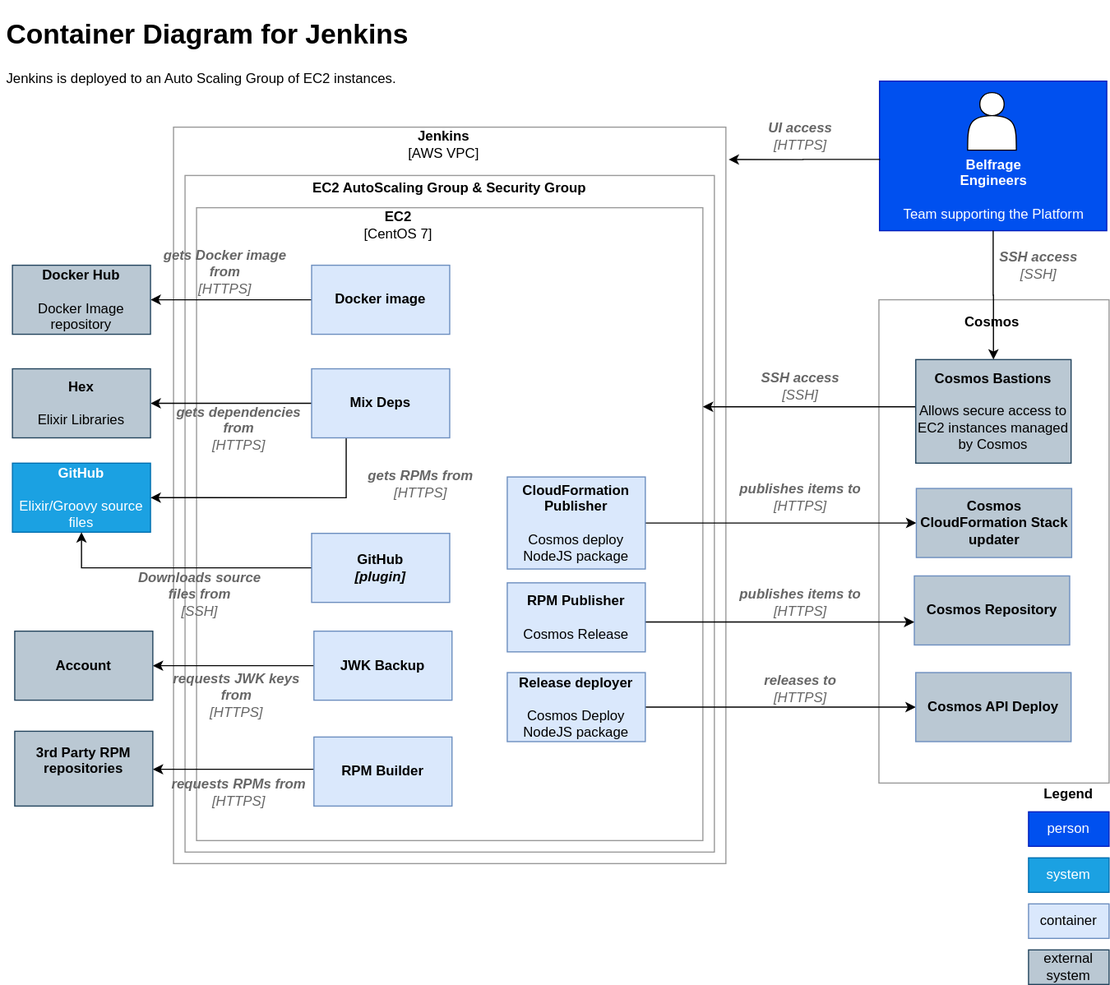
Earlier version of the draw.io export docs/img/architecture/c4-cicd-level-2-jenkins.svg (tracy-o/learning-day). Source tidied: cells renumbered, new cells last; positions are measured from the earlier drawing's top-left corner, leaving out a move shared by most shapes.
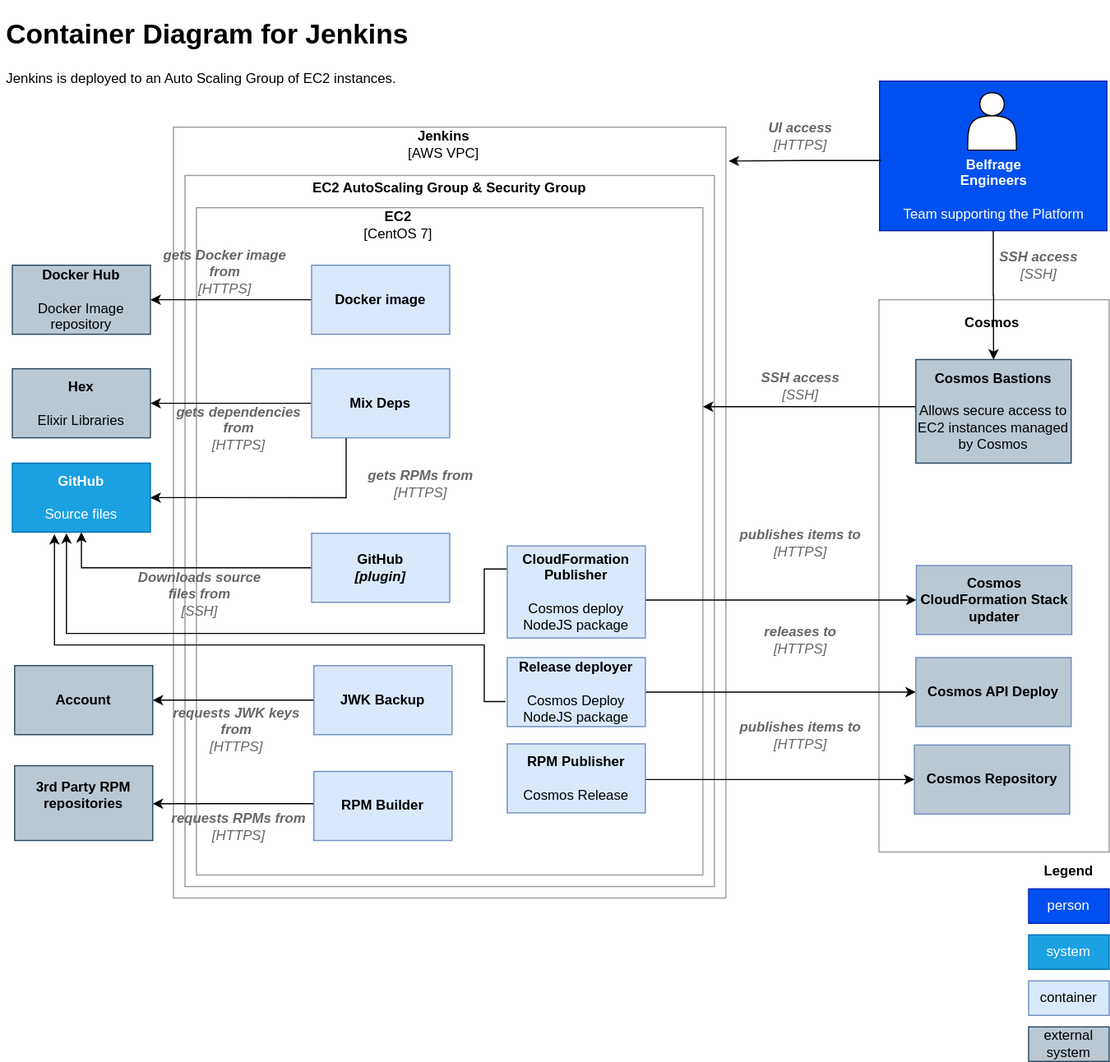
After the change.

Commit message:
Tweaks to ci/cd architecture

The edit, as a diff of the source:
```diff
@@ -3,19 +3,19 @@
     <mxCell id="0" />
     <mxCell id="1" parent="0" />
     <mxCell id="2" style="rounded=0;whiteSpace=wrap;html=1;fillColor=none;strokeColor=#999999;" parent="1" vertex="1">
-      <mxGeometry x="150" y="100" width="480" height="640" as="geometry" />
+      <mxGeometry x="150" y="100" width="480" height="670" as="geometry" />
     </mxCell>
     <mxCell id="3" style="rounded=0;whiteSpace=wrap;html=1;fillColor=none;strokeColor=#999999;" parent="1" vertex="1">
-      <mxGeometry x="160" y="142" width="460" height="588" as="geometry" />
+      <mxGeometry x="160" y="142" width="460" height="618" as="geometry" />
     </mxCell>
     <mxCell id="4" style="rounded=0;whiteSpace=wrap;html=1;fillColor=none;strokeColor=#999999;" parent="1" vertex="1">
-      <mxGeometry x="170" y="170" width="440" height="550" as="geometry" />
+      <mxGeometry x="170" y="170" width="440" height="580" as="geometry" />
     </mxCell>
     <mxCell id="5" value="&lt;h1&gt;Container Diagram for Jenkins&lt;/h1&gt;&lt;p&gt;Jenkins is deployed to an Auto Scaling Group of EC2 instances.&lt;br&gt;&lt;/p&gt;" style="text;html=1;strokeColor=none;fillColor=none;spacing=5;spacingTop=-20;whiteSpace=wrap;overflow=hidden;rounded=0;" parent="1" vertex="1">
       <mxGeometry width="560" height="90" as="geometry" />
     </mxCell>
     <mxCell id="6" style="rounded=0;whiteSpace=wrap;html=1;fillColor=none;strokeColor=#999999;" parent="1" vertex="1">
-      <mxGeometry x="763" y="250" width="200" height="420" as="geometry" />
+      <mxGeometry x="763" y="250" width="200" height="480" as="geometry" />
     </mxCell>
     <mxCell id="7" value="&lt;b&gt;EC2 AutoScaling Group &amp;amp; Security Group&lt;/b&gt;" style="text;html=1;strokeColor=none;fillColor=none;align=center;verticalAlign=middle;whiteSpace=wrap;rounded=0;" parent="1" vertex="1">
       <mxGeometry x="180" y="143" width="420" height="20" as="geometry" />
@@ -27,16 +27,16 @@
       <mxGeometry x="190" y="105" width="390" height="20" as="geometry" />
     </mxCell>
     <mxCell id="10" value="container" style="rounded=0;whiteSpace=wrap;html=1;fillColor=#dae8fc;strokeColor=#6c8ebf;" parent="1" vertex="1">
-      <mxGeometry x="893" y="775" width="70" height="30" as="geometry" />
+      <mxGeometry x="893" y="842" width="70" height="30" as="geometry" />
     </mxCell>
     <mxCell id="11" value="system" style="rounded=0;whiteSpace=wrap;html=1;fillColor=#1ba1e2;strokeColor=#006EAF;fontColor=#ffffff;" parent="1" vertex="1">
-      <mxGeometry x="893" y="735" width="70" height="30" as="geometry" />
+      <mxGeometry x="893" y="802" width="70" height="30" as="geometry" />
     </mxCell>
     <mxCell id="12" value="person" style="rounded=0;whiteSpace=wrap;html=1;fillColor=#0050ef;strokeColor=#001DBC;fontColor=#ffffff;" parent="1" vertex="1">
-      <mxGeometry x="893" y="695" width="70" height="30" as="geometry" />
+      <mxGeometry x="893" y="762" width="70" height="30" as="geometry" />
     </mxCell>
     <mxCell id="13" value="external system" style="rounded=0;whiteSpace=wrap;html=1;fillColor=#bac8d3;strokeColor=#23445d;" parent="1" vertex="1">
-      <mxGeometry x="893" y="815" width="70" height="30" as="geometry" />
+      <mxGeometry x="893" y="882" width="70" height="30" as="geometry" />
     </mxCell>
     <mxCell id="14" style="group;" parent="1" vertex="1">
       <mxGeometry x="762.5" y="60" width="197.5" height="130" as="geometry" />
@@ -64,7 +64,7 @@
     <mxCell id="20" value="&lt;i&gt;&lt;font color=&quot;#666666&quot;&gt;&lt;b&gt;SSH access&lt;/b&gt;&lt;br&gt;[SSH]&lt;br&gt;&lt;/font&gt;&lt;/i&gt;" style="text;html=1;strokeColor=none;fillColor=none;align=center;verticalAlign=middle;whiteSpace=wrap;rounded=0;" parent="1" vertex="1">
       <mxGeometry x="650" y="315" width="90" height="20" as="geometry" />
     </mxCell>
-    <mxCell id="21" value="&lt;b&gt;GitHub&lt;/b&gt;&lt;br&gt;&lt;br&gt;Elixir/Groovy source files" style="rounded=0;whiteSpace=wrap;html=1;fillColor=#1ba1e2;strokeColor=#006EAF;fontColor=#ffffff;" parent="1" vertex="1">
+    <mxCell id="21" value="&lt;b&gt;GitHub&lt;/b&gt;&lt;br&gt;&lt;br&gt;Source files" style="rounded=0;whiteSpace=wrap;html=1;fillColor=#1ba1e2;strokeColor=#006EAF;fontColor=#ffffff;" parent="1" vertex="1">
       <mxGeometry x="10" y="392" width="120" height="60" as="geometry" />
     </mxCell>
     <mxCell id="22" style="edgeStyle=orthogonalEdgeStyle;rounded=0;jettySize=auto;html=1;entryX=0.5;entryY=1;entryDx=0;entryDy=0;" parent="1" edge="1" source="23" target="21">
@@ -74,38 +74,41 @@
       <mxGeometry x="270" y="453" width="120" height="60" as="geometry" />
     </mxCell>
     <mxCell id="24" value="&lt;i&gt;&lt;font color=&quot;#666666&quot;&gt;&lt;b&gt;publishes items to&lt;/b&gt;&lt;br&gt;[HTTPS]&lt;br&gt;&lt;/font&gt;&lt;/i&gt;" style="text;html=1;strokeColor=none;fillColor=none;align=center;verticalAlign=middle;whiteSpace=wrap;rounded=0;" parent="1" vertex="1">
-      <mxGeometry x="640" y="503" width="110" height="20" as="geometry" />
+      <mxGeometry x="640" y="619" width="110" height="20" as="geometry" />
     </mxCell>
     <mxCell id="25" value="&lt;b&gt;Legend&lt;/b&gt;" style="text;html=1;strokeColor=none;fillColor=none;align=center;verticalAlign=middle;whiteSpace=wrap;rounded=0;" parent="1" vertex="1">
-      <mxGeometry x="893" y="670" width="70" height="20" as="geometry" />
+      <mxGeometry x="893" y="737" width="70" height="20" as="geometry" />
     </mxCell>
     <mxCell id="26" value="&lt;font color=&quot;#666666&quot;&gt;&lt;i&gt;&lt;b&gt;Downloads source files from&lt;/b&gt;&lt;br&gt;[SSH]&lt;br&gt;&lt;/i&gt;&lt;/font&gt;" style="text;html=1;strokeColor=none;fillColor=none;align=center;verticalAlign=middle;whiteSpace=wrap;rounded=0;" parent="1" vertex="1">
       <mxGeometry x="108" y="496" width="130" height="20" as="geometry" />
     </mxCell>
     <mxCell id="27" value="&lt;b&gt;Cosmos Repository&lt;/b&gt;" style="rounded=0;whiteSpace=wrap;html=1;strokeColor=#6c8ebf;fillColor=#BAC8D3;" parent="1" vertex="1">
-      <mxGeometry x="793.8" y="490" width="135" height="60" as="geometry" />
+      <mxGeometry x="793.8" y="637" width="135" height="60" as="geometry" />
     </mxCell>
-    <mxCell id="28" style="edgeStyle=orthogonalEdgeStyle;rounded=0;jettySize=auto;html=1;" parent="1" edge="1" source="29" target="30">
-      <mxGeometry relative="1" as="geometry" />
+    <mxCell id="28" style="edgeStyle=orthogonalEdgeStyle;rounded=0;jettySize=auto;html=1;" parent="1" edge="1" source="29">
+      <mxGeometry relative="1" as="geometry">
+        <mxPoint x="132" y="598" as="targetPoint" />
+      </mxGeometry>
     </mxCell>
     <mxCell id="29" value="&lt;b&gt;JWK Backup&lt;/b&gt;" style="rounded=0;whiteSpace=wrap;html=1;fillColor=#dae8fc;strokeColor=#6c8ebf;" parent="1" vertex="1">
-      <mxGeometry x="272" y="538" width="120" height="60" as="geometry" />
+      <mxGeometry x="272" y="568" width="120" height="60" as="geometry" />
     </mxCell>
     <mxCell id="30" value="&lt;b&gt;Account&lt;/b&gt;" style="rounded=0;whiteSpace=wrap;html=1;fillColor=#bac8d3;strokeColor=#23445d;" parent="1" vertex="1">
-      <mxGeometry x="12" y="538" width="120" height="60" as="geometry" />
+      <mxGeometry x="12" y="568" width="120" height="60" as="geometry" />
     </mxCell>
     <mxCell id="31" value="&lt;font color=&quot;#666666&quot;&gt;&lt;i&gt;&lt;b&gt;requests JWK keys from&lt;br&gt;&lt;/b&gt;[HTTPS]&lt;/i&gt;&lt;/font&gt;" style="text;html=1;strokeColor=none;fillColor=none;align=center;verticalAlign=middle;whiteSpace=wrap;rounded=0;" parent="1" vertex="1">
-      <mxGeometry x="140" y="584" width="130" height="20" as="geometry" />
+      <mxGeometry x="140" y="614" width="130" height="20" as="geometry" />
     </mxCell>
     <mxCell id="32" style="edgeStyle=orthogonalEdgeStyle;rounded=0;jettySize=auto;html=1;" parent="1" edge="1" source="33" target="27">
       <mxGeometry relative="1" as="geometry">
         <Array as="points">
-          <mxPoint x="530" y="530" />
+          <mxPoint x="680" y="667" />
+          <mxPoint x="680" y="667" />
         </Array>
       </mxGeometry>
     </mxCell>
     <mxCell id="33" value="&lt;b&gt;RPM Publisher&lt;/b&gt;&lt;br&gt;&lt;br&gt;Cosmos Release" style="rounded=0;whiteSpace=wrap;html=1;fillColor=#dae8fc;strokeColor=#6c8ebf;" parent="1" vertex="1">
-      <mxGeometry x="440" y="496" width="120" height="60" as="geometry" />
+      <mxGeometry x="440" y="636" width="120" height="60" as="geometry" />
     </mxCell>
     <mxCell id="34" style="edgeStyle=orthogonalEdgeStyle;rounded=0;jettySize=auto;html=1;" parent="1" edge="1" source="15" target="18">
       <mxGeometry relative="1" as="geometry" />
@@ -142,28 +145,51 @@
       <mxGeometry x="130" y="216" width="130" height="20" as="geometry" />
     </mxCell>
     <mxCell id="44" style="edgeStyle=orthogonalEdgeStyle;rounded=0;jettySize=auto;html=1;" parent="1" edge="1" source="45" target="46">
-      <mxGeometry relative="1" as="geometry" />
+      <mxGeometry relative="1" as="geometry">
+        <Array as="points">
+          <mxPoint x="620" y="511" />
+          <mxPoint x="620" y="511" />
+        </Array>
+      </mxGeometry>
     </mxCell>
+    <mxCell id="60" style="edgeStyle=orthogonalEdgeStyle;rounded=0;jettySize=auto;html=1;entryX=0.392;entryY=1.017;entryDx=0;entryDy=0;entryPerimeter=0;" parent="1" edge="1" source="45" target="21">
+      <mxGeometry relative="1" as="geometry">
+        <Array as="points">
+          <mxPoint x="420" y="484" />
+          <mxPoint x="420" y="540" />
+          <mxPoint x="57" y="540" />
+        </Array>
+      </mxGeometry>
+    </mxCell>
     <mxCell id="45" value="&lt;b&gt;CloudFormation Publisher&lt;/b&gt;&lt;br&gt;&lt;br&gt;Cosmos deploy NodeJS package" style="rounded=0;whiteSpace=wrap;html=1;fillColor=#dae8fc;strokeColor=#6c8ebf;" parent="1" vertex="1">
-      <mxGeometry x="440" y="404" width="120" height="80" as="geometry" />
+      <mxGeometry x="440" y="464" width="120" height="80" as="geometry" />
     </mxCell>
     <mxCell id="46" value="&lt;b&gt;Cosmos CloudFormation Stack updater&lt;/b&gt;" style="rounded=0;whiteSpace=wrap;html=1;strokeColor=#6c8ebf;fillColor=#BAC8D3;" parent="1" vertex="1">
-      <mxGeometry x="795.5" y="414" width="135" height="60" as="geometry" />
+      <mxGeometry x="795.5" y="481" width="135" height="60" as="geometry" />
     </mxCell>
     <mxCell id="47" value="&lt;i&gt;&lt;font color=&quot;#666666&quot;&gt;&lt;b&gt;publishes items to&lt;/b&gt;&lt;br&gt;[HTTPS]&lt;br&gt;&lt;/font&gt;&lt;/i&gt;" style="text;html=1;strokeColor=none;fillColor=none;align=center;verticalAlign=middle;whiteSpace=wrap;rounded=0;" parent="1" vertex="1">
-      <mxGeometry x="640" y="412" width="110" height="20" as="geometry" />
+      <mxGeometry x="640" y="452" width="110" height="20" as="geometry" />
     </mxCell>
+    <mxCell id="61" style="edgeStyle=orthogonalEdgeStyle;rounded=0;jettySize=auto;html=1;entryX=0.305;entryY=1.03;entryDx=0;entryDy=0;entryPerimeter=0;exitX=-0.012;exitY=0.637;exitDx=0;exitDy=0;exitPerimeter=0;" parent="1" edge="1" source="49" target="21">
+      <mxGeometry relative="1" as="geometry">
+        <Array as="points">
+          <mxPoint x="420" y="599" />
+          <mxPoint x="420" y="550" />
+          <mxPoint x="47" y="550" />
+        </Array>
+      </mxGeometry>
+    </mxCell>
     <mxCell id="48" style="edgeStyle=orthogonalEdgeStyle;rounded=0;jettySize=auto;html=1;entryX=0;entryY=0.5;entryDx=0;entryDy=0;" parent="1" edge="1" source="49" target="50">
       <mxGeometry relative="1" as="geometry" />
     </mxCell>
     <mxCell id="49" value="&lt;b&gt;Release deployer&lt;/b&gt;&lt;br&gt;&lt;br&gt;Cosmos Deploy NodeJS package" style="rounded=0;whiteSpace=wrap;html=1;fillColor=#dae8fc;strokeColor=#6c8ebf;" parent="1" vertex="1">
-      <mxGeometry x="440" y="574" width="120" height="60" as="geometry" />
+      <mxGeometry x="440" y="561" width="120" height="60" as="geometry" />
     </mxCell>
     <mxCell id="50" value="&lt;b&gt;Cosmos API Deploy&lt;/b&gt;" style="rounded=0;whiteSpace=wrap;html=1;strokeColor=#6c8ebf;fillColor=#BAC8D3;" parent="1" vertex="1">
-      <mxGeometry x="795" y="574" width="135" height="60" as="geometry" />
+      <mxGeometry x="795" y="561" width="135" height="60" as="geometry" />
     </mxCell>
     <mxCell id="51" value="&lt;i&gt;&lt;font color=&quot;#666666&quot;&gt;&lt;b&gt;releases to&lt;/b&gt;&lt;br&gt;[HTTPS]&lt;br&gt;&lt;/font&gt;&lt;/i&gt;" style="text;html=1;strokeColor=none;fillColor=none;align=center;verticalAlign=middle;whiteSpace=wrap;rounded=0;" parent="1" vertex="1">
-      <mxGeometry x="640" y="578" width="110" height="20" as="geometry" />
+      <mxGeometry x="640" y="536" width="110" height="20" as="geometry" />
     </mxCell>
     <mxCell id="52" value="&lt;b&gt;Cosmos&lt;/b&gt;" style="text;html=1;strokeColor=none;fillColor=none;align=center;verticalAlign=middle;whiteSpace=wrap;rounded=0;" parent="1" vertex="1">
       <mxGeometry x="770" y="260" width="182.5" height="20" as="geometry" />
@@ -171,30 +197,35 @@
     <mxCell id="53" style="edgeStyle=orthogonalEdgeStyle;rounded=0;jettySize=auto;html=1;entryX=1.005;entryY=0.044;entryDx=0;entryDy=0;entryPerimeter=0;" parent="1" edge="1" target="2">
       <mxGeometry relative="1" as="geometry">
         <mxPoint x="764" y="128" as="sourcePoint" />
+        <Array as="points">
+          <mxPoint x="764" y="129" />
+          <mxPoint x="697" y="129" />
+        </Array>
       </mxGeometry>
     </mxCell>
     <mxCell id="54" value="&lt;i&gt;&lt;font color=&quot;#666666&quot;&gt;&lt;b&gt;UI access&lt;/b&gt;&lt;br&gt;[HTTPS]&lt;br&gt;&lt;/font&gt;&lt;/i&gt;" style="text;html=1;strokeColor=none;fillColor=none;align=center;verticalAlign=middle;whiteSpace=wrap;rounded=0;" parent="1" vertex="1">
       <mxGeometry x="650" y="98" width="90" height="20" as="geometry" />
     </mxCell>
-    <mxCell id="55" style="edgeStyle=orthogonalEdgeStyle;rounded=0;jettySize=auto;html=1;entryX=1;entryY=0.75;entryDx=0;entryDy=0;" parent="1" edge="1" source="56" target="57">
+    <mxCell id="55" style="edgeStyle=orthogonalEdgeStyle;rounded=0;jettySize=auto;html=1;entryX=1;entryY=0.75;entryDx=0;entryDy=0;" parent="1" edge="1" source="56">
       <mxGeometry relative="1" as="geometry">
+        <mxPoint x="132" y="688" as="targetPoint" />
         <Array as="points">
-          <mxPoint x="200" y="658" />
-          <mxPoint x="200" y="658" />
+          <mxPoint x="200" y="688" />
+          <mxPoint x="200" y="688" />
         </Array>
       </mxGeometry>
     </mxCell>
     <mxCell id="56" value="&lt;b&gt;RPM Builder&lt;/b&gt;" style="rounded=0;whiteSpace=wrap;html=1;fillColor=#dae8fc;strokeColor=#6c8ebf;" parent="1" vertex="1">
-      <mxGeometry x="272" y="630" width="120" height="60" as="geometry" />
+      <mxGeometry x="272" y="660" width="120" height="60" as="geometry" />
     </mxCell>
     <mxCell id="57" value="&lt;b&gt;3rd Party RPM repositories&lt;/b&gt;&lt;br&gt;&lt;br&gt;" style="rounded=0;whiteSpace=wrap;html=1;fillColor=#bac8d3;strokeColor=#23445d;" parent="1" vertex="1">
-      <mxGeometry x="12" y="625" width="120" height="65" as="geometry" />
+      <mxGeometry x="12" y="655" width="120" height="65" as="geometry" />
     </mxCell>
     <mxCell id="58" value="&lt;font color=&quot;#666666&quot;&gt;&lt;i&gt;&lt;b&gt;gets RPMs from&lt;br&gt;&lt;/b&gt;[HTTPS]&lt;br&gt;&lt;/i&gt;&lt;/font&gt;" style="text;html=1;strokeColor=none;fillColor=none;align=center;verticalAlign=middle;whiteSpace=wrap;rounded=0;" parent="1" vertex="1">
       <mxGeometry x="300" y="400" width="130" height="20" as="geometry" />
     </mxCell>
     <mxCell id="59" value="&lt;font color=&quot;#666666&quot;&gt;&lt;i&gt;&lt;b&gt;requests RPMs from&lt;br&gt;&lt;/b&gt;[HTTPS]&lt;/i&gt;&lt;/font&gt;" style="text;html=1;strokeColor=none;fillColor=none;align=center;verticalAlign=middle;whiteSpace=wrap;rounded=0;" parent="1" vertex="1">
-      <mxGeometry x="142" y="668" width="130" height="20" as="geometry" />
+      <mxGeometry x="142" y="698" width="130" height="20" as="geometry" />
     </mxCell>
   </root>
 </mxGraphModel>
```
